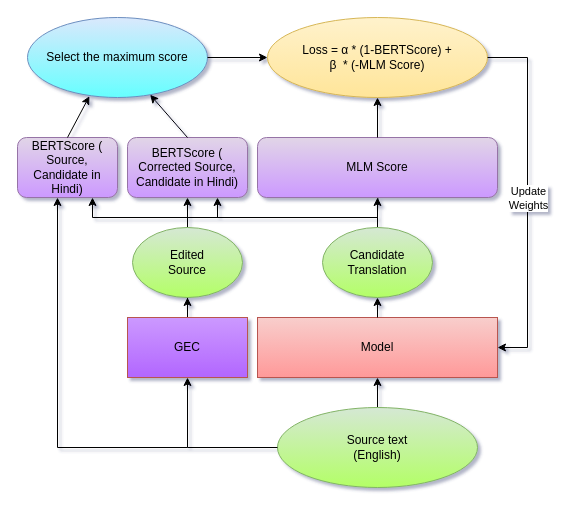
Above: transformer_with_grammar_correction_mlm_bertscore.drawio in babangain/drawio (draw.io), before the change. Source tidied: cells renumbered, new cells numbered last; positions are measured from the earlier drawing's top-left corner, leaving out a move shared by most shapes. Both pictures are drawn from the tidied source at 100%, with x=0, y=0 at pixel (17, 17).
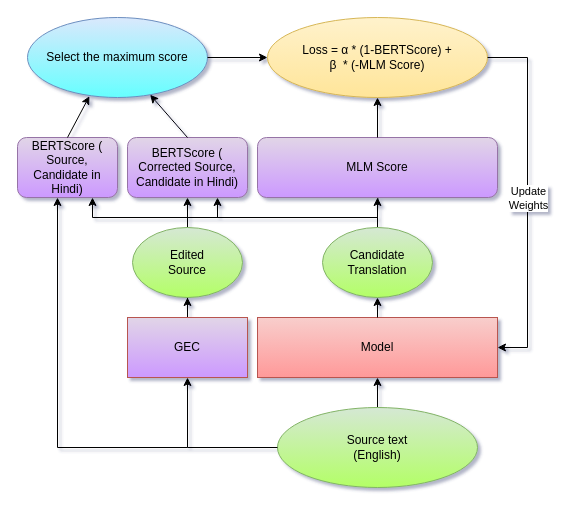
Above is the later version.

What changed in the source:
```diff
@@
-    <mxCell id="8" value="GEC" style="rounded=0;whiteSpace=wrap;html=1;fillColor=#CC99FF;strokeColor=#b85450;labelBorderColor=none;gradientColor=#B266FF;" parent="1" vertex="1">
+    <mxCell id="8" value="GEC" style="rounded=0;whiteSpace=wrap;html=1;fillColor=#E1D5E7;strokeColor=#b85450;labelBorderColor=none;gradientColor=#CC99FF;" parent="1" vertex="1">
       <mxGeometry x="110" y="300" width="120" height="60" as="geometry" />
     </mxCell>
```
